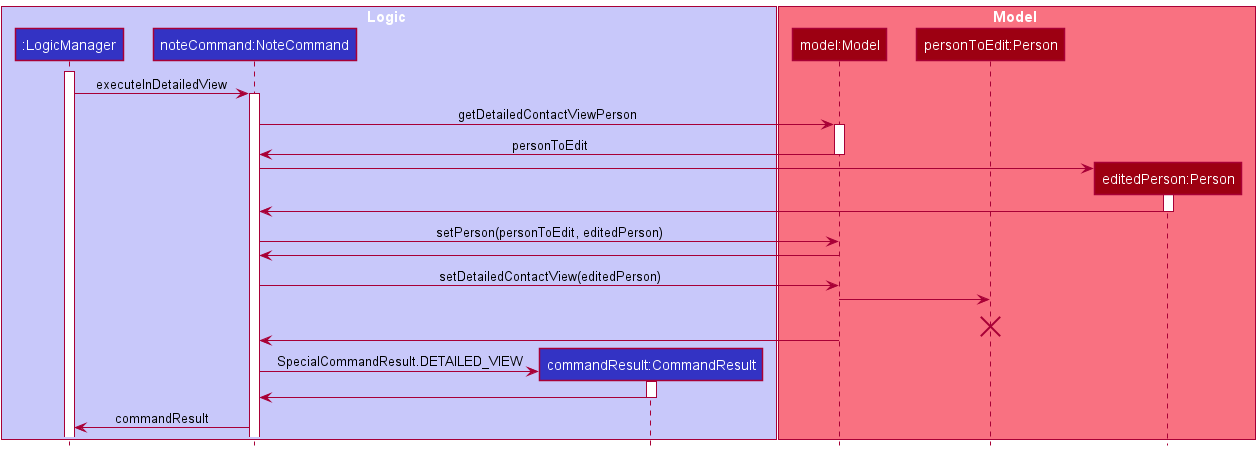
The PlantUML diagram docs/images/detailedview/DetailedViewExecutionState3.png in weijuey/tp, before a commit.
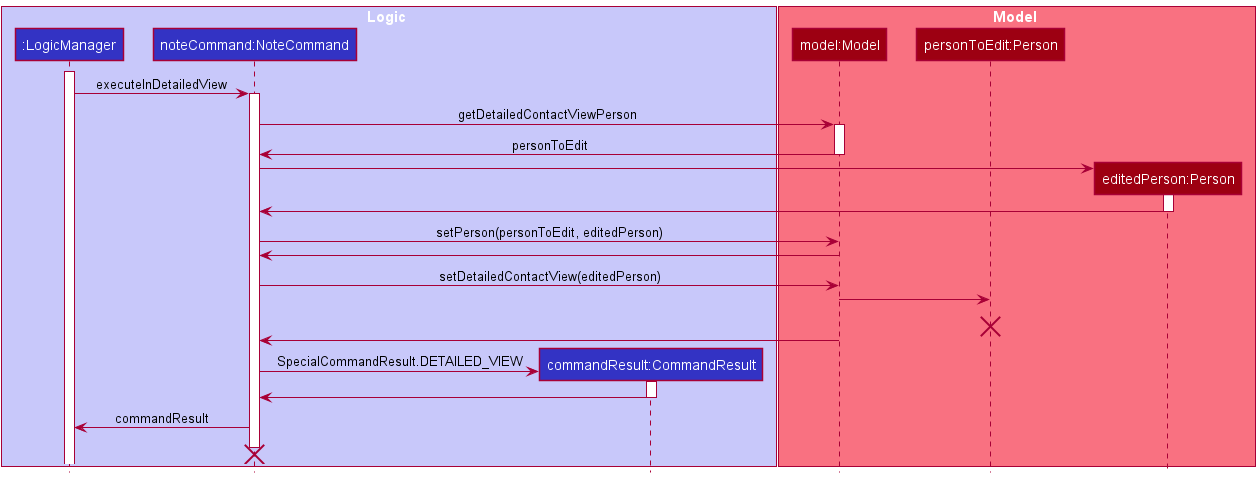
Above is the later version.

Commit message:
Correct inaccuracies in sequence diagrams

Diff of the diagram source:
```diff
@@ -46,4 +46,7 @@
 
 NoteCommand -> LogicManager : commandResult
 
+NoteCommand -[hidden]-> NoteCommand
+destroy NoteCommand
+
 @enduml
```
